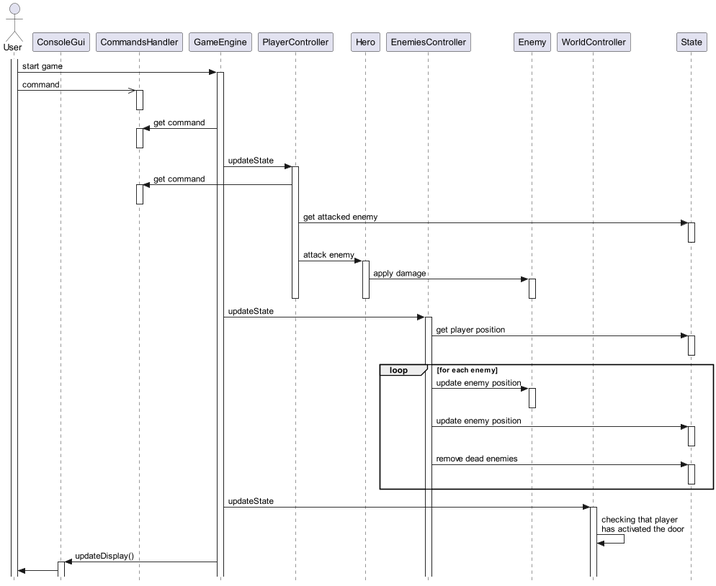
Before: docs/sequence.png, a diagram exported from PlantUML (capitanFlint129/Rougelike).
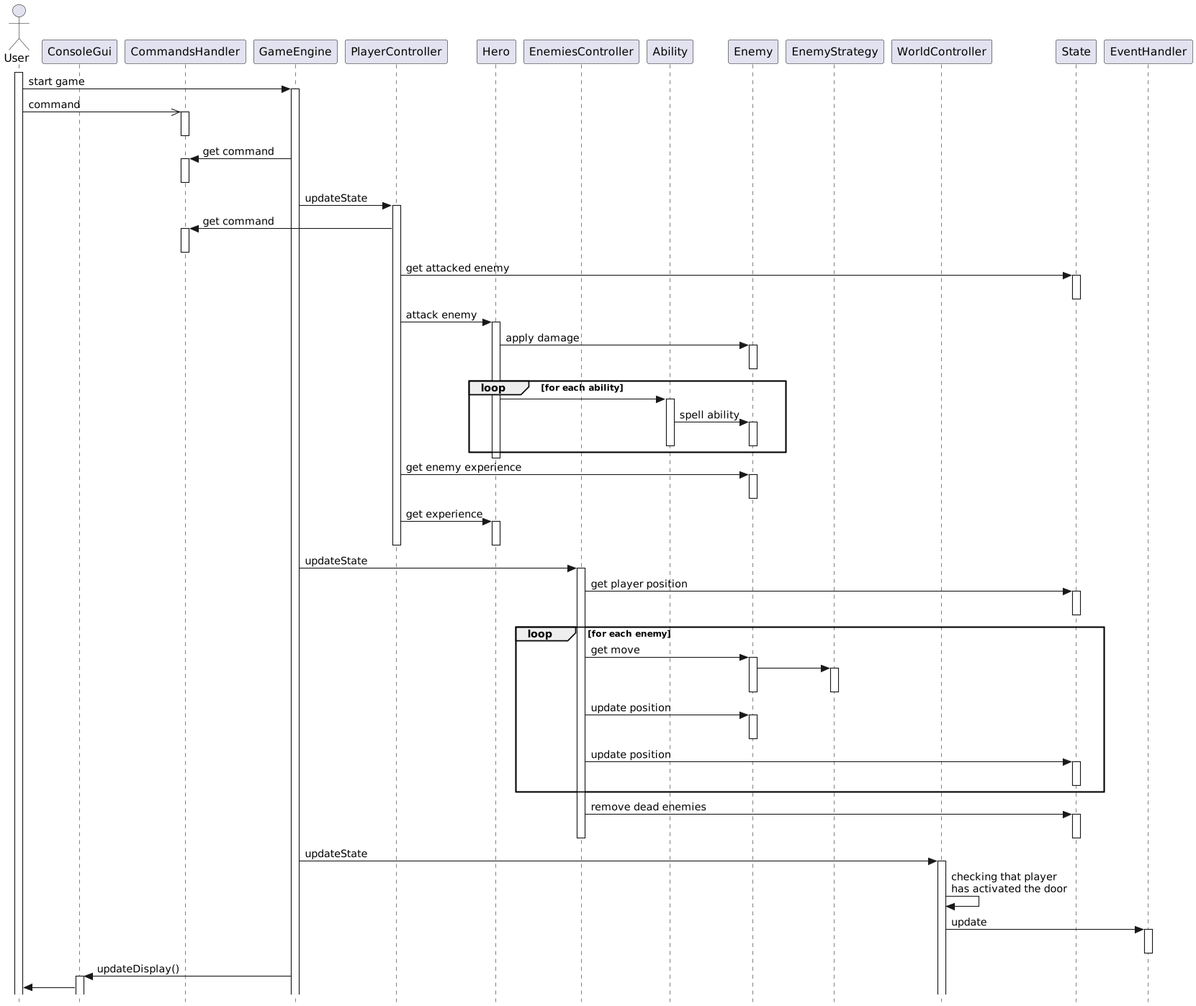
The same diagram one commit later.

Change to the diagram source:
```diff
@@ -9,9 +9,13 @@
 participant PlayerController
 participant Hero
 participant EnemiesController
+participant Ability
 participant Enemy
+participant EnemyStrategy
 participant WorldController
 participant State
+participant EventHandler
+
 
 activate User
 User -> GameEngine : start game
@@ -37,8 +41,22 @@
 activate Hero
 Hero -> Enemy : apply damage
 activate Enemy
+deactivate Enemy
+loop for each ability
+    Hero -> Ability
+    activate Ability
+    Ability -> Enemy : spell ability
+    activate Enemy
+    deactivate Enemy
+    deactivate Ability
+end
 deactivate Hero
+PlayerController -> Enemy : get enemy experience
+activate Enemy
 deactivate Enemy
+PlayerController -> Hero : get experience
+activate Hero
+deactivate Hero
 deactivate PlayerController
 
 GameEngine -> EnemiesController : updateState
@@ -47,20 +65,30 @@
 activate State
 deactivate State
 loop for each enemy
-EnemiesController -> Enemy : update enemy position
-activate Enemy
-deactivate Enemy
-EnemiesController -> State : update enemy position
-activate State
-deactivate State
+    EnemiesController -> Enemy : get move
+    activate Enemy
+    Enemy -> EnemyStrategy
+    activate EnemyStrategy
+    deactivate EnemyStrategy
+    deactivate Enemy
+    EnemiesController -> Enemy : update position
+    activate Enemy
+    deactivate Enemy
+    EnemiesController -> State : update position
+    activate State
+    deactivate State
+end
 EnemiesController -> State : remove dead enemies
 activate State
 deactivate State
-end
+deactivate EnemiesController
 
 GameEngine -> WorldController : updateState
 activate WorldController
 WorldController -> WorldController : checking that player\nhas activated the door
+WorldController -> EventHandler : update
+activate EventHandler
+deactivate EventHandler
 
 GameEngine -> ConsoleGui : updateDisplay()
 activate ConsoleGui
```
